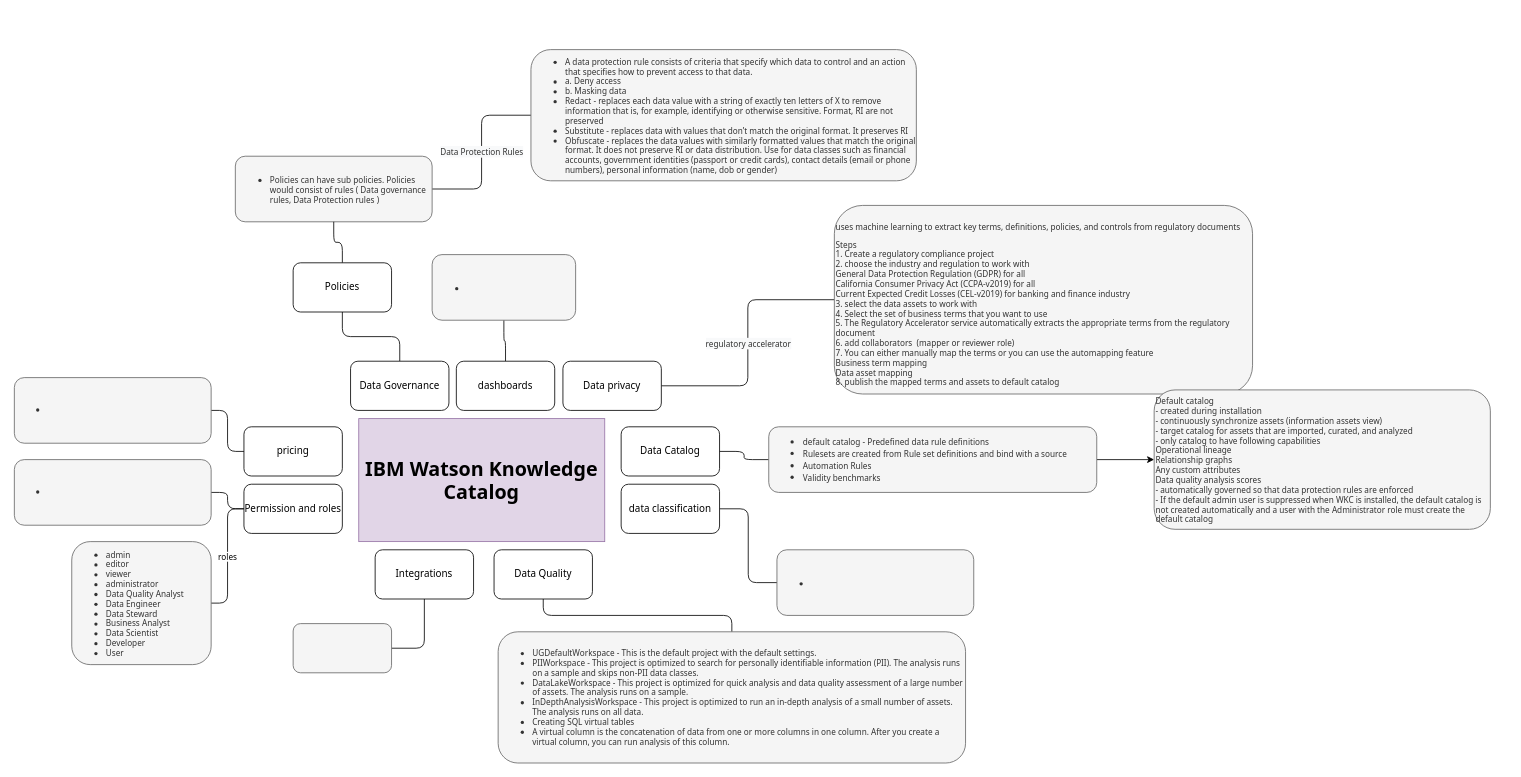
This is page "wkc" (3 of 7) of Data Governance.drawio from kanchantewary/MindMaps, a draw.io file, before an edit. Source tidied: cells renumbered, new cells numbered last; positions are measured from the earlier drawing's top-left corner, leaving out a move shared by most shapes. Both pictures are drawn from the tidied source at 82%, with x=0, y=0 at pixel (14, 49).
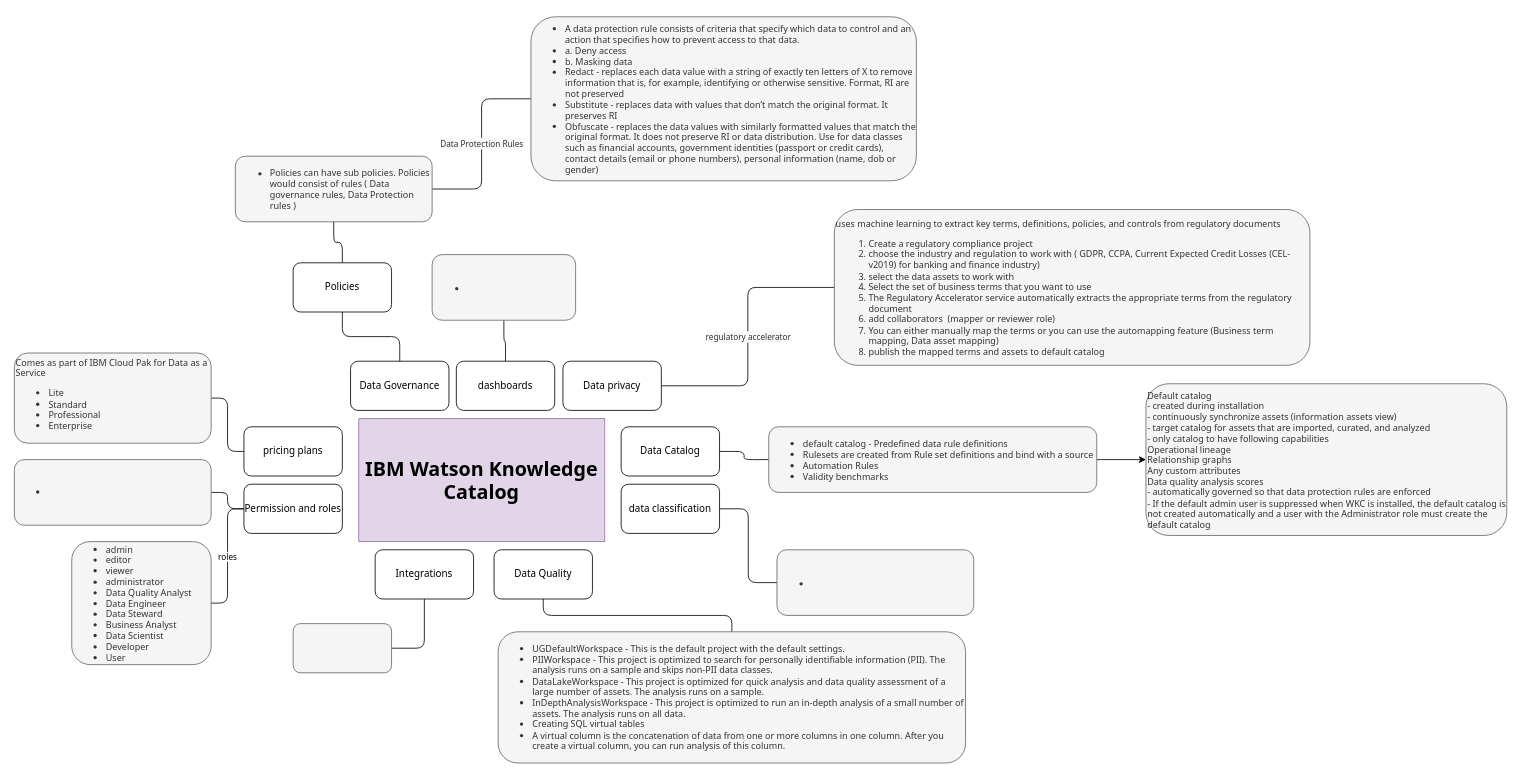
Above is the later version.

What changed in the source:
```diff
@@
-    <mxCell id="16" value="pricing" style="rounded=1;whiteSpace=wrap;html=1;fontFamily=Tahoma;" parent="1" vertex="1">
+    <mxCell id="16" value="pricing plans" style="rounded=1;whiteSpace=wrap;html=1;fontFamily=Tahoma;" parent="1" vertex="1">
       <mxGeometry x="280" y="460" width="120" height="60" as="geometry" />
     </mxCell>
@@
-    <mxCell id="18" value="&lt;ul&gt;&lt;li&gt;&lt;font style=&quot;font-size: 10px&quot;&gt;default catalog -&amp;nbsp;Predefined data rule definitions&lt;/font&gt;&lt;/li&gt;&lt;li&gt;&lt;font&gt;&lt;span style=&quot;font-size: 10px&quot;&gt;Rulesets are created from Rule set definitions and bind with a source&lt;/span&gt;&lt;br&gt;&lt;/font&gt;&lt;/li&gt;&lt;li&gt;&lt;font&gt;&lt;span style=&quot;font-size: 10px&quot;&gt;Automation Rules&lt;/span&gt;&lt;/font&gt;&lt;/li&gt;&lt;li&gt;&lt;font&gt;&lt;span style=&quot;font-size: 10px&quot;&gt;Validity benchmarks&lt;/span&gt;&lt;/font&gt;&lt;/li&gt;&lt;/ul&gt;" style="rounded=1;whiteSpace=wrap;html=1;fontFamily=Tahoma;fillColor=#f5f5f5;fontColor=#333333;strokeColor=#666666;align=left;" parent="1" vertex="1">
+    <mxCell id="18" value="&lt;ul style=&quot;font-size: 11px;&quot;&gt;&lt;li&gt;&lt;font style=&quot;font-size: 11px;&quot;&gt;default catalog -&amp;nbsp;Predefined data rule definitions&lt;/font&gt;&lt;/li&gt;&lt;li&gt;&lt;font style=&quot;font-size: 11px;&quot;&gt;&lt;span style=&quot;&quot;&gt;Rulesets are created from Rule set definitions and bind with a source&lt;/span&gt;&lt;br&gt;&lt;/font&gt;&lt;/li&gt;&lt;li&gt;&lt;font style=&quot;font-size: 11px;&quot;&gt;&lt;span style=&quot;&quot;&gt;Automation Rules&lt;/span&gt;&lt;/font&gt;&lt;/li&gt;&lt;li&gt;&lt;font style=&quot;font-size: 11px;&quot;&gt;&lt;span style=&quot;&quot;&gt;Validity benchmarks&lt;/span&gt;&lt;/font&gt;&lt;/li&gt;&lt;/ul&gt;" style="rounded=1;whiteSpace=wrap;html=1;fontFamily=Tahoma;fillColor=#f5f5f5;fontColor=#333333;strokeColor=#666666;align=left;" parent="1" vertex="1">
       <mxGeometry x="920" y="460" width="400" height="80" as="geometry" />
     </mxCell>
@@
-    <mxCell id="25" value="&lt;ul&gt;&lt;li&gt;Policies can have sub policies. Policies would consist of rules ( Data governance rules, Data Protection rules&amp;nbsp;)&lt;/li&gt;&lt;/ul&gt;" style="rounded=1;whiteSpace=wrap;html=1;fontFamily=Tahoma;fillColor=#f5f5f5;fontColor=#333333;strokeColor=#666666;align=left;fontSize=10;" parent="1" vertex="1">
+    <mxCell id="25" value="&lt;ul&gt;&lt;li&gt;&lt;font style=&quot;font-size: 11px;&quot;&gt;Policies can have sub policies. Policies would consist of rules ( Data governance rules, Data Protection rules&amp;nbsp;)&lt;/font&gt;&lt;/li&gt;&lt;/ul&gt;" style="rounded=1;whiteSpace=wrap;html=1;fontFamily=Tahoma;fillColor=#f5f5f5;fontColor=#333333;strokeColor=#666666;align=left;fontSize=10;" parent="1" vertex="1">
       <mxGeometry x="269.5" y="130" width="240" height="80" as="geometry" />
     </mxCell>
@@
-    <mxCell id="27" value="&lt;p style=&quot;font-size: 11px&quot;&gt;&lt;/p&gt;&lt;ul style=&quot;font-size: 10px&quot;&gt;&lt;li&gt;&lt;span&gt;UGDefaultWorkspace - This is the default project with the default settings.&lt;/span&gt;&lt;br&gt;&lt;/li&gt;&lt;li&gt;&lt;font style=&quot;font-size: 10px&quot;&gt;PIIWorkspace - This project is optimized to search for personally identifiable information (PII). The analysis runs on a sample and skips non-PII data classes.&lt;/font&gt;&lt;/li&gt;&lt;li&gt;&lt;font style=&quot;font-size: 10px&quot;&gt;DataLakeWorkspace - This project is optimized for quick analysis and data quality assessment of a large number of assets. The analysis runs on a sample.&lt;/font&gt;&lt;/li&gt;&lt;li&gt;&lt;font style=&quot;font-size: 10px&quot;&gt;InDepthAnalysisWorkspace - This project is optimized to run an in-depth analysis of a small number of assets. The analysis runs on all data.&lt;/font&gt;&lt;/li&gt;&lt;li&gt;&lt;font style=&quot;font-size: 10px&quot;&gt;Creating SQL virtual tables&lt;/font&gt;&lt;/li&gt;&lt;li&gt;&lt;font style=&quot;font-size: 10px&quot;&gt;A virtual column is the concatenation of data from one or more columns in one column. After you create a virtual column, you can run analysis of this column.&lt;/font&gt;&lt;/li&gt;&lt;/ul&gt;&lt;p&gt;&lt;/p&gt;" style="rounded=1;whiteSpace=wrap;html=1;fontFamily=Tahoma;fillColor=#f5f5f5;fontColor=#333333;strokeColor=#666666;align=left;" parent="1" vertex="1">
+    <mxCell id="27" value="&lt;p style=&quot;font-size: 11px&quot;&gt;&lt;/p&gt;&lt;ul style=&quot;font-size: 11px;&quot;&gt;&lt;li&gt;&lt;span&gt;UGDefaultWorkspace - This is the default project with the default settings.&lt;/span&gt;&lt;br&gt;&lt;/li&gt;&lt;li&gt;&lt;font style=&quot;font-size: 11px;&quot;&gt;PIIWorkspace - This project is optimized to search for personally identifiable information (PII). The analysis runs on a sample and skips non-PII data classes.&lt;/font&gt;&lt;/li&gt;&lt;li&gt;&lt;font style=&quot;font-size: 11px;&quot;&gt;DataLakeWorkspace - This project is optimized for quick analysis and data quality assessment of a large number of assets. The analysis runs on a sample.&lt;/font&gt;&lt;/li&gt;&lt;li&gt;&lt;font style=&quot;font-size: 11px;&quot;&gt;InDepthAnalysisWorkspace - This project is optimized to run an in-depth analysis of a small number of assets. The analysis runs on all data.&lt;/font&gt;&lt;/li&gt;&lt;li&gt;&lt;font style=&quot;font-size: 11px;&quot;&gt;Creating SQL virtual tables&lt;/font&gt;&lt;/li&gt;&lt;li&gt;&lt;font style=&quot;font-size: 11px;&quot;&gt;A virtual column is the concatenation of data from one or more columns in one column. After you create a virtual column, you can run analysis of this column.&lt;/font&gt;&lt;/li&gt;&lt;/ul&gt;&lt;p&gt;&lt;/p&gt;" style="rounded=1;whiteSpace=wrap;html=1;fontFamily=Tahoma;fillColor=#f5f5f5;fontColor=#333333;strokeColor=#666666;align=left;" parent="1" vertex="1">
       <mxGeometry x="590" y="710" width="570" height="160" as="geometry" />
     </mxCell>
-    <mxCell id="28" value="&lt;ul&gt;&lt;li&gt;&lt;br&gt;&lt;/li&gt;&lt;/ul&gt;" style="rounded=1;whiteSpace=wrap;html=1;fontFamily=Tahoma;fillColor=#f5f5f5;fontColor=#333333;strokeColor=#666666;align=left;" parent="1" vertex="1">
-      <mxGeometry y="400" width="240" height="80" as="geometry" />
+    <mxCell id="28" value="&lt;div style=&quot;font-size: 11px;&quot;&gt;&lt;font style=&quot;font-size: 11px;&quot;&gt;Comes as part of IBM Cloud Pak for Data as a Service&lt;/font&gt;&lt;/div&gt;&lt;ul style=&quot;font-size: 11px;&quot;&gt;&lt;li&gt;&lt;font style=&quot;font-size: 11px;&quot;&gt;Lite&lt;/font&gt;&lt;/li&gt;&lt;li&gt;&lt;font style=&quot;font-size: 11px;&quot;&gt;Standard&lt;/font&gt;&lt;/li&gt;&lt;li&gt;&lt;font style=&quot;font-size: 11px;&quot;&gt;Professional&lt;/font&gt;&lt;/li&gt;&lt;li&gt;&lt;font style=&quot;font-size: 11px;&quot;&gt;Enterprise&lt;/font&gt;&lt;/li&gt;&lt;/ul&gt;" style="rounded=1;whiteSpace=wrap;html=1;fontFamily=Tahoma;fillColor=#f5f5f5;fontColor=#333333;strokeColor=#666666;align=left;" parent="1" vertex="1">
+      <mxGeometry y="370" width="240" height="110" as="geometry" />
     </mxCell>
@@
-    <mxCell id="30" value="&lt;ul&gt;&lt;li&gt;admin&lt;/li&gt;&lt;li&gt;editor&lt;/li&gt;&lt;li&gt;viewer&lt;/li&gt;&lt;li&gt;administrator&lt;/li&gt;&lt;li&gt;Data Quality Analyst&lt;/li&gt;&lt;li&gt;Data Engineer&lt;/li&gt;&lt;li&gt;Data Steward&lt;/li&gt;&lt;li&gt;Business Analyst&lt;/li&gt;&lt;li&gt;Data Scientist&lt;/li&gt;&lt;li&gt;Developer&lt;/li&gt;&lt;li&gt;User&lt;/li&gt;&lt;/ul&gt;" style="rounded=1;whiteSpace=wrap;html=1;fontFamily=Tahoma;fontSize=10;align=left;fillColor=#f5f5f5;fontColor=#333333;strokeColor=#666666;" parent="1" vertex="1">
+    <mxCell id="30" value="&lt;ul style=&quot;font-size: 11px;&quot;&gt;&lt;li&gt;admin&lt;/li&gt;&lt;li&gt;editor&lt;/li&gt;&lt;li&gt;viewer&lt;/li&gt;&lt;li&gt;administrator&lt;/li&gt;&lt;li&gt;Data Quality Analyst&lt;/li&gt;&lt;li&gt;Data Engineer&lt;/li&gt;&lt;li&gt;Data Steward&lt;/li&gt;&lt;li&gt;Business Analyst&lt;/li&gt;&lt;li&gt;Data Scientist&lt;/li&gt;&lt;li&gt;Developer&lt;/li&gt;&lt;li&gt;User&lt;/li&gt;&lt;/ul&gt;" style="rounded=1;whiteSpace=wrap;html=1;fontFamily=Tahoma;fontSize=10;align=left;fillColor=#f5f5f5;fontColor=#333333;strokeColor=#666666;" parent="1" vertex="1">
       <mxGeometry x="70" y="600" width="170" height="150" as="geometry" />
     </mxCell>
@@
-    <mxCell id="33" value="&lt;p&gt;&lt;span&gt;uses machine learning to extract key terms, definitions, policies, and controls from regulatory documents&lt;/span&gt;&lt;br&gt;&lt;/p&gt;&lt;div&gt;Steps&lt;/div&gt;&lt;div&gt;1. Create a regulatory compliance project&lt;/div&gt;&lt;div&gt;2. choose the industry and regulation to work with&lt;/div&gt;&lt;div&gt;General Data Protection Regulation (GDPR) for all&lt;/div&gt;&lt;div&gt;California Consumer Privacy Act (CCPA-v2019) for all&lt;/div&gt;&lt;div&gt;Current Expected Credit Losses (CEL-v2019) for banking and finance industry&lt;/div&gt;&lt;div&gt;3. select the data assets to work with&lt;/div&gt;&lt;div&gt;4. Select the set of business terms that you want to use&lt;/div&gt;&lt;div&gt;5. The Regulatory Accelerator service automatically extracts the appropriate terms from the regulatory document&lt;/div&gt;&lt;div&gt;6. add collaborators&amp;nbsp; (mapper or reviewer role)&lt;/div&gt;&lt;div&gt;7. You can either manually map the terms or you can use the automapping feature&lt;/div&gt;&lt;div&gt;Business term mapping&lt;/div&gt;&lt;div&gt;Data asset mapping&lt;/div&gt;&lt;div&gt;8. publish the mapped terms and assets to default catalog&lt;/div&gt;" style="rounded=1;whiteSpace=wrap;html=1;fontFamily=Tahoma;fillColor=#f5f5f5;fontColor=#333333;strokeColor=#666666;align=left;fontSize=10;" parent="1" vertex="1">
-      <mxGeometry x="1000" y="190" width="510" height="230" as="geometry" />
+    <mxCell id="33" value="&lt;p style=&quot;font-size: 11px;&quot;&gt;&lt;font style=&quot;font-size: 11px;&quot;&gt;&lt;span&gt;uses machine learning to extract key terms, definitions, policies, and controls from regulatory documents&lt;/span&gt;&lt;/font&gt;&lt;/p&gt;&lt;div style=&quot;font-size: 11px;&quot;&gt;&lt;ol&gt;&lt;li&gt;&lt;font style=&quot;font-size: 11px;&quot;&gt;Create a regulatory compliance project&lt;/font&gt;&lt;/li&gt;&lt;li&gt;&lt;font style=&quot;font-size: 11px;&quot;&gt;choose the industry and regulation to work with ( GDPR, CCPA,&amp;nbsp;&lt;/font&gt;&lt;span style=&quot;background-color: initial;&quot;&gt;Current Expected Credit Losses (CEL-v2019) for banking and finance industry)&lt;/span&gt;&lt;/li&gt;&lt;li&gt;&lt;font style=&quot;font-size: 11px;&quot;&gt;select the data assets to work with&lt;/font&gt;&lt;/li&gt;&lt;li&gt;&lt;font style=&quot;font-size: 11px;&quot;&gt;Select the set of business terms that you want to use&lt;/font&gt;&lt;/li&gt;&lt;li&gt;&lt;font style=&quot;font-size: 11px;&quot;&gt;The Regulatory Accelerator service automatically extracts the appropriate terms from the regulatory document&lt;/font&gt;&lt;/li&gt;&lt;li&gt;&lt;font style=&quot;font-size: 11px;&quot;&gt;add collaborators&amp;nbsp; (mapper or reviewer role)&lt;/font&gt;&lt;/li&gt;&lt;li&gt;&lt;font style=&quot;font-size: 11px;&quot;&gt;You can either manually map the terms or you can use the automapping feature (&lt;/font&gt;&lt;span style=&quot;background-color: initial;&quot;&gt;Business term mapping,&amp;nbsp;&lt;/span&gt;&lt;span style=&quot;background-color: initial;&quot;&gt;Data asset mapping)&lt;/span&gt;&lt;/li&gt;&lt;li&gt;&lt;font style=&quot;font-size: 11px;&quot;&gt;publish the mapped terms and assets to default catalog&lt;/font&gt;&lt;/li&gt;&lt;/ol&gt;&lt;/div&gt;" style="rounded=1;whiteSpace=wrap;html=1;fontFamily=Tahoma;fillColor=#f5f5f5;fontColor=#333333;strokeColor=#666666;align=left;fontSize=10;" parent="1" vertex="1">
+      <mxGeometry x="1000" y="195" width="580" height="190" as="geometry" />
     </mxCell>
@@
-    <mxCell id="36" value="&lt;div&gt;&lt;ul&gt;&lt;li&gt;&lt;span&gt;A data protection rule consists of criteria that specify which data to control and an action that specifies how to prevent access to that data.&amp;nbsp;&lt;/span&gt;&lt;/li&gt;&lt;li&gt;a. Deny access&lt;/li&gt;&lt;li&gt;b. Masking data&lt;/li&gt;&lt;li&gt;Redact - replaces each data value with a string of exactly ten letters of X to remove information that is, for example, identifying or otherwise sensitive. Format, RI are not preserved&lt;/li&gt;&lt;li&gt;Substitute - replaces data with values that don’t match the original format. It preserves RI&lt;/li&gt;&lt;li&gt;Obfuscate - replaces the data values with similarly formatted values that match the original format. It does not preserve RI or data distribution. Use for data classes such as financial accounts, government identities (passport or credit cards), contact details (email or phone numbers), personal information (name, dob or gender)&lt;/li&gt;&lt;/ul&gt;&lt;/div&gt;" style="rounded=1;whiteSpace=wrap;html=1;fontFamily=Tahoma;fillColor=#f5f5f5;fontColor=#333333;strokeColor=#666666;align=left;fontSize=10;" parent="1" vertex="1">
-      <mxGeometry x="630" width="470" height="160" as="geometry" />
+    <mxCell id="36" value="&lt;div style=&quot;font-size: 11px;&quot;&gt;&lt;ul&gt;&lt;li&gt;&lt;span&gt;A data protection rule consists of criteria that specify which data to control and an action that specifies how to prevent access to that data.&amp;nbsp;&lt;/span&gt;&lt;/li&gt;&lt;li&gt;a. Deny access&lt;/li&gt;&lt;li&gt;b. Masking data&lt;/li&gt;&lt;li&gt;Redact - replaces each data value with a string of exactly ten letters of X to remove information that is, for example, identifying or otherwise sensitive. Format, RI are not preserved&lt;/li&gt;&lt;li&gt;Substitute - replaces data with values that don’t match the original format. It preserves RI&lt;/li&gt;&lt;li&gt;Obfuscate - replaces the data values with similarly formatted values that match the original format. It does not preserve RI or data distribution. Use for data classes such as financial accounts, government identities (passport or credit cards), contact details (email or phone numbers), personal information (name, dob or gender)&lt;/li&gt;&lt;/ul&gt;&lt;/div&gt;" style="rounded=1;whiteSpace=wrap;html=1;fontFamily=Tahoma;fillColor=#f5f5f5;fontColor=#333333;strokeColor=#666666;align=left;fontSize=10;" parent="1" vertex="1">
+      <mxGeometry x="630" y="-40" width="470" height="200" as="geometry" />
     </mxCell>
-    <mxCell id="37" value="&lt;p style=&quot;font-size: 10px&quot;&gt;&lt;font style=&quot;font-size: 10px&quot;&gt;Default catalog&lt;br&gt;&lt;/font&gt;&lt;font style=&quot;font-size: 10px&quot;&gt;- created during installation&lt;br&gt;&lt;/font&gt;&lt;font style=&quot;font-size: 10px&quot;&gt;- continuously synchronize assets (information assets view)&lt;br&gt;&lt;/font&gt;&lt;font style=&quot;font-size: 10px&quot;&gt;- target catalog for assets that are imported, curated, and analyzed&lt;br&gt;&lt;/font&gt;&lt;font style=&quot;font-size: 10px&quot;&gt;- only catalog to have following capabilities&lt;br&gt;&lt;/font&gt;&lt;font style=&quot;font-size: 10px&quot;&gt;Operational lineage&lt;br&gt;&lt;/font&gt;&lt;font style=&quot;font-size: 10px&quot;&gt;Relationship graphs&lt;br&gt;&lt;/font&gt;&lt;font style=&quot;font-size: 10px&quot;&gt;Any custom attributes&lt;br&gt;&lt;/font&gt;&lt;font style=&quot;font-size: 10px&quot;&gt;Data quality analysis scores&lt;br&gt;&lt;/font&gt;&lt;font style=&quot;font-size: 10px&quot;&gt;- automatically governed so that data protection rules are enforced&lt;br&gt;&lt;/font&gt;&lt;font style=&quot;font-size: 10px&quot;&gt;- If the default admin user is suppressed when WKC is installed, the default catalog is not created automatically and a user with the Administrator role must create the default catalog&lt;/font&gt;&lt;/p&gt;" style="rounded=1;whiteSpace=wrap;html=1;fontFamily=Tahoma;fillColor=#f5f5f5;fontColor=#333333;strokeColor=#666666;align=left;" parent="1" vertex="1">
-      <mxGeometry x="1390" y="415" width="410" height="170" as="geometry" />
+    <mxCell id="37" value="&lt;p style=&quot;font-size: 11px;&quot;&gt;&lt;font style=&quot;font-size: 11px;&quot;&gt;Default catalog&lt;br&gt;&lt;/font&gt;&lt;font style=&quot;font-size: 11px;&quot;&gt;- created during installation&lt;br&gt;&lt;/font&gt;&lt;font style=&quot;font-size: 11px;&quot;&gt;- continuously synchronize assets (information assets view)&lt;br&gt;&lt;/font&gt;&lt;font style=&quot;font-size: 11px;&quot;&gt;- target catalog for assets that are imported, curated, and analyzed&lt;br&gt;&lt;/font&gt;&lt;font style=&quot;font-size: 11px;&quot;&gt;- only catalog to have following capabilities&lt;br&gt;&lt;/font&gt;&lt;font style=&quot;font-size: 11px;&quot;&gt;Operational lineage&lt;br&gt;&lt;/font&gt;&lt;font style=&quot;font-size: 11px;&quot;&gt;Relationship graphs&lt;br&gt;&lt;/font&gt;&lt;font style=&quot;font-size: 11px;&quot;&gt;Any custom attributes&lt;br&gt;&lt;/font&gt;&lt;font style=&quot;font-size: 11px;&quot;&gt;Data quality analysis scores&lt;br&gt;&lt;/font&gt;&lt;font style=&quot;font-size: 11px;&quot;&gt;- automatically governed so that data protection rules are enforced&lt;br&gt;&lt;/font&gt;&lt;font style=&quot;font-size: 11px;&quot;&gt;- If the default admin user is suppressed when WKC is installed, the default catalog is not created automatically and a user with the Administrator role must create the default catalog&lt;/font&gt;&lt;/p&gt;" style="rounded=1;whiteSpace=wrap;html=1;fontFamily=Tahoma;fillColor=#f5f5f5;fontColor=#333333;strokeColor=#666666;align=left;" parent="1" vertex="1">
+      <mxGeometry x="1380" y="407.5" width="440" height="185" as="geometry" />
     </mxCell>
```
